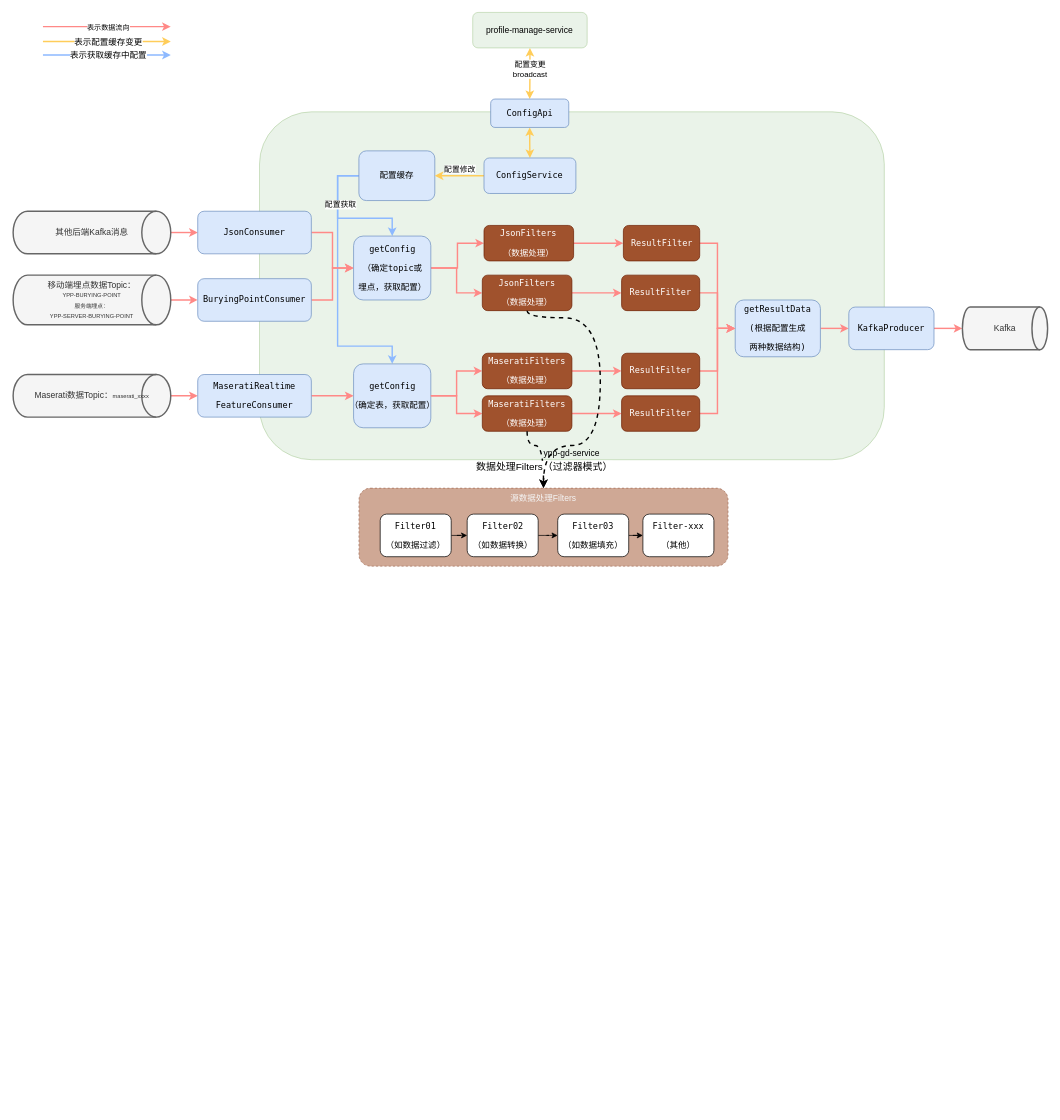
Above: gd-service运行视图.drawio in qingchao-kong/draw.io (draw.io), before the change. Source tidied: cells renumbered, new cells numbered last; positions are measured from the earlier drawing's top-left corner, leaving out a move shared by most shapes. Both pictures are drawn from the tidied source at 71%, with x=0, y=0 at pixel (13, 12).
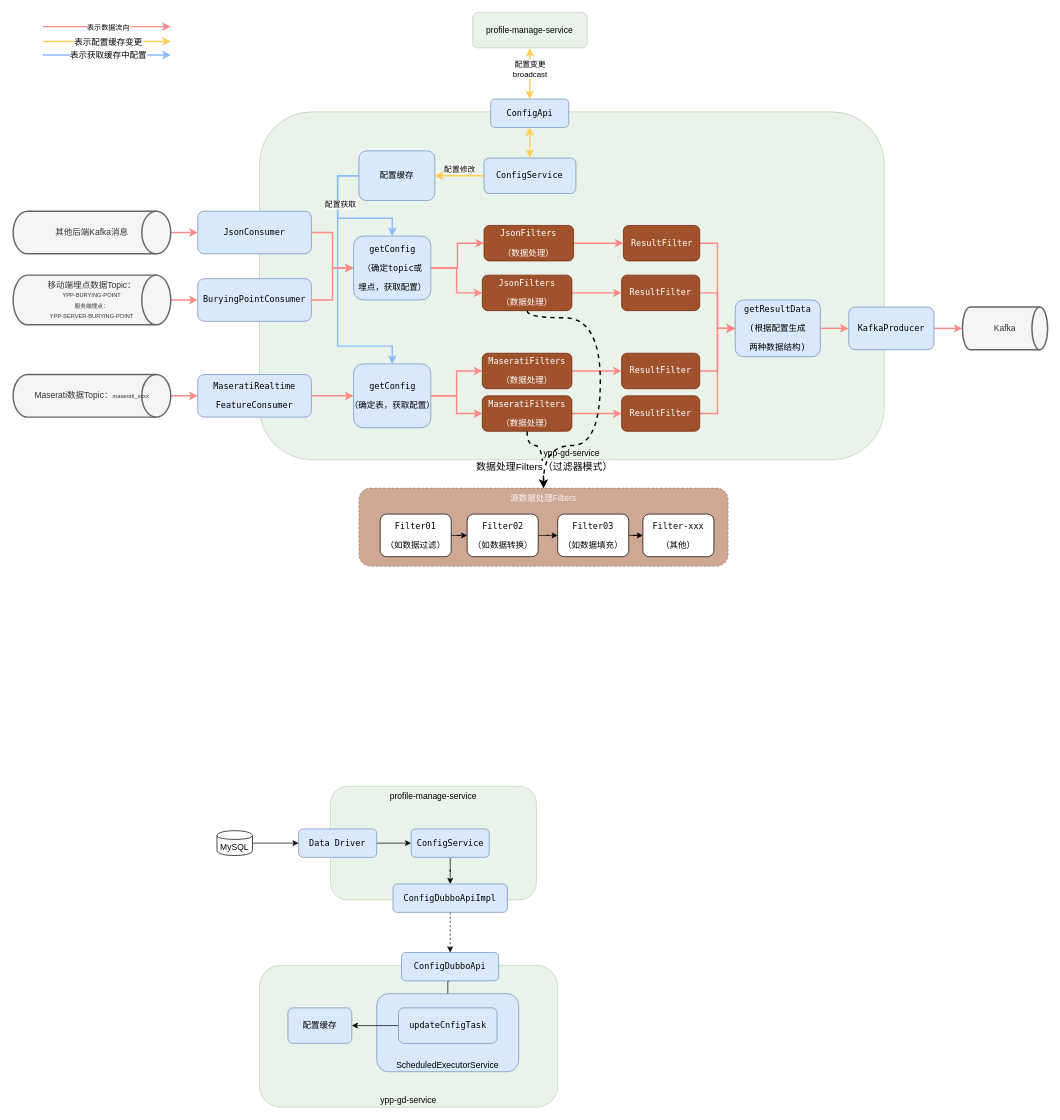
After the change.

Diff of the diagram source:
```diff
@@
+    <mxCell id="71" value="&lt;div&gt;ypp-gd-service&lt;/div&gt;" style="rounded=1;whiteSpace=wrap;html=1;align=center;fillColor=#d5e8d4;strokeColor=#82b366;opacity=50;verticalAlign=bottom;" parent="1" vertex="1">
+      <mxGeometry x="347" y="1342" width="420" height="200" as="geometry" />
+    </mxCell>
+    <mxCell id="72" value="&lt;div&gt;profile-manage-service&lt;/div&gt;" style="rounded=1;whiteSpace=wrap;html=1;align=center;fillColor=#d5e8d4;strokeColor=#82b366;opacity=50;verticalAlign=top;" parent="1" vertex="1">
+      <mxGeometry x="447" y="1090" width="290" height="160" as="geometry" />
+    </mxCell>
+    <mxCell id="73" style="edgeStyle=orthogonalEdgeStyle;rounded=0;jettySize=auto;html=1;exitX=0.5;exitY=1;exitDx=0;exitDy=0;entryX=0.5;entryY=0;entryDx=0;entryDy=0;" parent="1" edge="1" source="74" target="86">
+      <mxGeometry relative="1" as="geometry" />
+    </mxCell>
+    <mxCell id="74" value="&lt;pre style=&quot;font-family: &amp;#34;menlo&amp;#34; ; font-size: 9pt&quot;&gt;&lt;pre style=&quot;font-family: &amp;#34;menlo&amp;#34; ; font-size: 9pt&quot;&gt;&lt;pre style=&quot;font-family: &amp;#34;menlo&amp;#34; ; font-size: 9pt&quot;&gt;&lt;pre style=&quot;font-size: 9pt ; font-family: &amp;#34;menlo&amp;#34;&quot;&gt;&lt;pre style=&quot;font-size: 9pt ; font-family: &amp;#34;menlo&amp;#34;&quot;&gt;ConfigDubboApi&lt;/pre&gt;&lt;/pre&gt;&lt;/pre&gt;&lt;/pre&gt;&lt;/pre&gt;" style="rounded=1;whiteSpace=wrap;html=1;fillColor=#dae8fc;strokeColor=#6c8ebf;" parent="1" vertex="1">
+      <mxGeometry x="547" y="1324" width="136.9" height="40" as="geometry" />
+    </mxCell>
+    <mxCell id="75" style="edgeStyle=orthogonalEdgeStyle;rounded=0;jettySize=auto;html=1;exitX=0.5;exitY=1;exitDx=0;exitDy=0;entryX=0.5;entryY=0;entryDx=0;entryDy=0;dashed=1;" parent="1" edge="1" source="76" target="74">
+      <mxGeometry relative="1" as="geometry" />
+    </mxCell>
+    <mxCell id="76" value="&lt;pre style=&quot;font-family: &amp;#34;menlo&amp;#34; ; font-size: 9pt&quot;&gt;&lt;pre style=&quot;font-family: &amp;#34;menlo&amp;#34; ; font-size: 9pt&quot;&gt;&lt;pre style=&quot;font-family: &amp;#34;menlo&amp;#34; ; font-size: 9pt&quot;&gt;&lt;pre style=&quot;font-size: 9pt ; font-family: &amp;#34;menlo&amp;#34;&quot;&gt;ConfigDubboApiImpl&lt;/pre&gt;&lt;/pre&gt;&lt;/pre&gt;&lt;/pre&gt;" style="rounded=1;whiteSpace=wrap;html=1;fillColor=#dae8fc;strokeColor=#6c8ebf;" parent="1" vertex="1">
+      <mxGeometry x="535" y="1227.5" width="161.2" height="40" as="geometry" />
+    </mxCell>
+    <mxCell id="77" style="edgeStyle=orthogonalEdgeStyle;rounded=0;jettySize=auto;html=1;exitX=1;exitY=0.5;exitDx=0;exitDy=0;entryX=0;entryY=0.5;entryDx=0;entryDy=0;" parent="1" edge="1" source="78" target="82">
+      <mxGeometry relative="1" as="geometry" />
+    </mxCell>
+    <mxCell id="78" value="MySQL" style="shape=cylinder;whiteSpace=wrap;html=1;boundedLbl=1;backgroundOutline=1;" parent="1" vertex="1">
+      <mxGeometry x="287.1" y="1152.5" width="50" height="35" as="geometry" />
+    </mxCell>
+    <mxCell id="79" style="edgeStyle=orthogonalEdgeStyle;rounded=0;jettySize=auto;html=1;exitX=0.5;exitY=1;exitDx=0;exitDy=0;" parent="1" edge="1" source="80" target="76">
+      <mxGeometry relative="1" as="geometry" />
+    </mxCell>
+    <mxCell id="80" value="&lt;pre style=&quot;font-family: &amp;#34;menlo&amp;#34; ; font-size: 9pt&quot;&gt;&lt;pre style=&quot;font-family: &amp;#34;menlo&amp;#34; ; font-size: 9pt&quot;&gt;&lt;pre style=&quot;font-family: &amp;#34;menlo&amp;#34; ; font-size: 9pt&quot;&gt;&lt;pre style=&quot;font-size: 9pt ; font-family: &amp;#34;menlo&amp;#34;&quot;&gt;ConfigService&lt;/pre&gt;&lt;/pre&gt;&lt;/pre&gt;&lt;/pre&gt;" style="rounded=1;whiteSpace=wrap;html=1;fillColor=#dae8fc;strokeColor=#6c8ebf;" parent="1" vertex="1">
+      <mxGeometry x="560.6" y="1150" width="110" height="40" as="geometry" />
+    </mxCell>
+    <mxCell id="81" style="edgeStyle=orthogonalEdgeStyle;rounded=0;jettySize=auto;html=1;exitX=1;exitY=0.5;exitDx=0;exitDy=0;entryX=0;entryY=0.5;entryDx=0;entryDy=0;" parent="1" edge="1" source="82" target="80">
+      <mxGeometry relative="1" as="geometry" />
+    </mxCell>
+    <mxCell id="82" value="&lt;pre style=&quot;font-family: &amp;#34;menlo&amp;#34; ; font-size: 9pt&quot;&gt;&lt;pre style=&quot;font-family: &amp;#34;menlo&amp;#34; ; font-size: 9pt&quot;&gt;&lt;pre style=&quot;font-family: &amp;#34;menlo&amp;#34; ; font-size: 9pt&quot;&gt;&lt;pre style=&quot;font-size: 9pt ; font-family: &amp;#34;menlo&amp;#34;&quot;&gt;Data Driver&lt;/pre&gt;&lt;/pre&gt;&lt;/pre&gt;&lt;/pre&gt;" style="rounded=1;whiteSpace=wrap;html=1;fillColor=#dae8fc;strokeColor=#6c8ebf;" parent="1" vertex="1">
+      <mxGeometry x="402.1" y="1150" width="110" height="40" as="geometry" />
+    </mxCell>
+    <mxCell id="83" value="ScheduledExecutorService" style="rounded=1;whiteSpace=wrap;html=1;fillColor=#dae8fc;strokeColor=#6c8ebf;verticalAlign=bottom;" parent="1" vertex="1">
+      <mxGeometry x="512.1" y="1382" width="200" height="110" as="geometry" />
+    </mxCell>
+    <mxCell id="84" value="&lt;pre style=&quot;font-family: &amp;#34;menlo&amp;#34; ; font-size: 9pt&quot;&gt;&lt;pre style=&quot;font-family: &amp;#34;menlo&amp;#34; ; font-size: 9pt&quot;&gt;&lt;pre style=&quot;font-family: &amp;#34;menlo&amp;#34; ; font-size: 9pt&quot;&gt;&lt;pre style=&quot;font-size: 9pt ; font-family: &amp;#34;menlo&amp;#34;&quot;&gt;配置缓存&lt;/pre&gt;&lt;/pre&gt;&lt;/pre&gt;&lt;/pre&gt;" style="rounded=1;whiteSpace=wrap;html=1;fillColor=#dae8fc;strokeColor=#6c8ebf;" parent="1" vertex="1">
+      <mxGeometry x="387" y="1402" width="90" height="50" as="geometry" />
+    </mxCell>
+    <mxCell id="85" style="edgeStyle=orthogonalEdgeStyle;rounded=0;jettySize=auto;html=1;exitX=0;exitY=0.5;exitDx=0;exitDy=0;entryX=1;entryY=0.5;entryDx=0;entryDy=0;" parent="1" edge="1" source="86" target="84">
+      <mxGeometry relative="1" as="geometry" />
+    </mxCell>
+    <mxCell id="86" value="&lt;pre style=&quot;font-family: &amp;#34;menlo&amp;#34; ; font-size: 9pt&quot;&gt;&lt;pre style=&quot;font-family: &amp;#34;menlo&amp;#34; ; font-size: 9pt&quot;&gt;&lt;pre style=&quot;font-family: &amp;#34;menlo&amp;#34; ; font-size: 9pt&quot;&gt;&lt;pre style=&quot;font-size: 9pt ; font-family: &amp;#34;menlo&amp;#34;&quot;&gt;updateCnfigTask&lt;/pre&gt;&lt;/pre&gt;&lt;/pre&gt;&lt;/pre&gt;" style="rounded=1;whiteSpace=wrap;html=1;fillColor=#dae8fc;strokeColor=#6c8ebf;" parent="1" vertex="1">
+      <mxGeometry x="542.8" y="1402" width="138.8" height="50" as="geometry" />
+    </mxCell>
```
